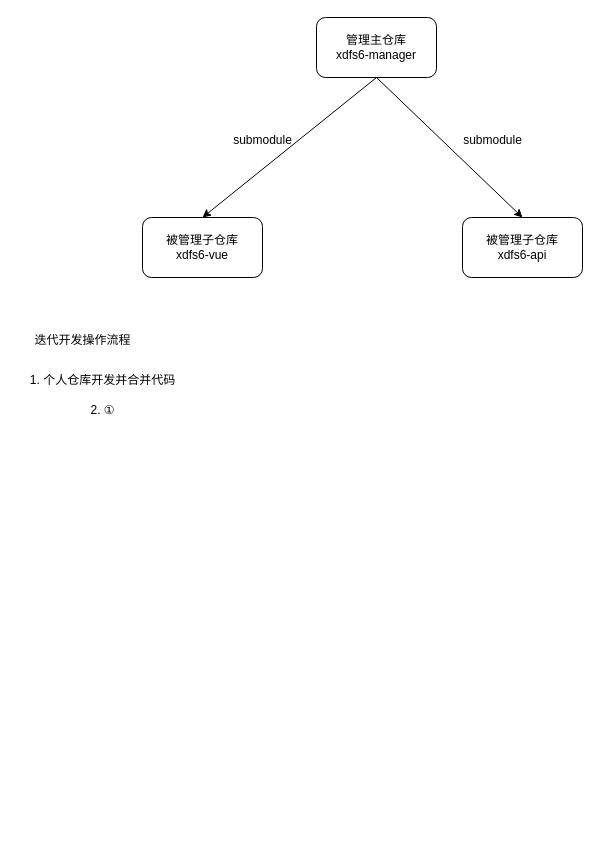
This is git-submodule管理模式.drawio from yihezhou/diagrams, a draw.io file, before an edit. Source tidied: cells renumbered, new cells numbered last; positions are measured from the earlier drawing's top-left corner, leaving out a move shared by most shapes. Both pictures are drawn from the tidied source at 100%, with x=0, y=0 at pixel (17, 17).
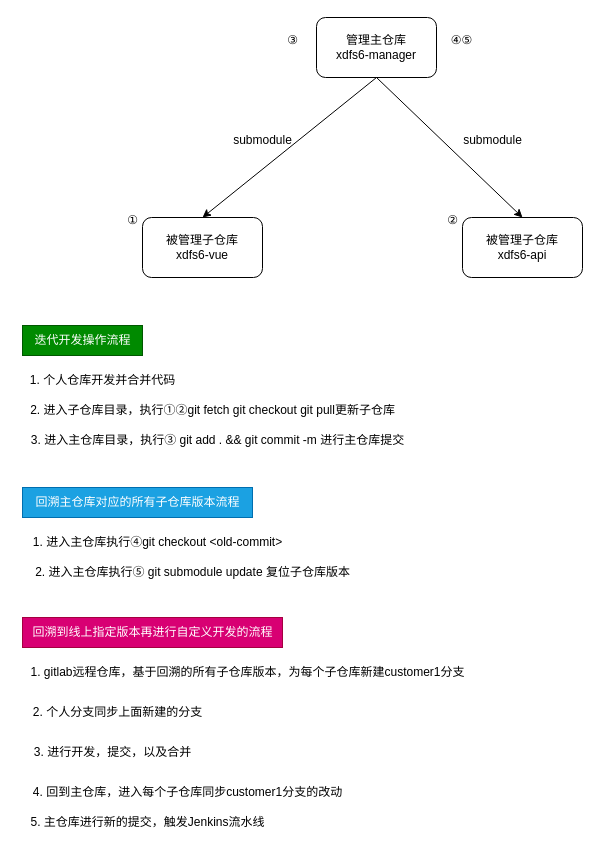
Above is the later version.

Commit message (it also covers changes not shown here):
更新git-submodule管理模式.drawio

Change to the diagram source:
```diff
@@
-    <mxCell id="9" value="迭代开发操作流程" style="text;html=1;align=center;verticalAlign=middle;strokeColor=none;fillColor=none;" parent="1" vertex="1">
+    <mxCell id="9" value="迭代开发操作流程" style="text;html=1;align=center;verticalAlign=middle;strokeColor=#005700;fillColor=#008a00;fontColor=#ffffff;" parent="1" vertex="1">
       <mxGeometry x="5" y="308" width="120" height="30" as="geometry" />
     </mxCell>
@@
-    <mxCell id="11" value="2. ①" style="text;html=1;align=center;verticalAlign=middle;strokeColor=none;fillColor=none;" parent="1" vertex="1">
-      <mxGeometry x="60" y="378" width="50" height="30" as="geometry" />
+    <mxCell id="11" value="2. 进入子仓库目录，执行①②git fetch git checkout git pull更新子仓库" style="text;html=1;align=center;verticalAlign=middle;strokeColor=none;fillColor=none;" parent="1" vertex="1">
+      <mxGeometry y="378" width="390" height="30" as="geometry" />
     </mxCell>
+    <mxCell id="12" value="①" style="text;html=1;align=center;verticalAlign=middle;strokeColor=none;fillColor=none;" parent="1" vertex="1">
+      <mxGeometry x="95" y="188" width="40" height="30" as="geometry" />
+    </mxCell>
+    <mxCell id="13" value="②" style="text;html=1;align=center;verticalAlign=middle;strokeColor=none;fillColor=none;" parent="1" vertex="1">
+      <mxGeometry x="415" y="188" width="40" height="30" as="geometry" />
+    </mxCell>
+    <mxCell id="14" value="3. 进入主仓库目录，执行③ git add . &amp;amp;&amp;amp; git commit -m 进行主仓库提交" style="text;html=1;align=center;verticalAlign=middle;strokeColor=none;fillColor=none;" parent="1" vertex="1">
+      <mxGeometry y="408" width="400" height="30" as="geometry" />
+    </mxCell>
+    <mxCell id="15" value="③" style="text;html=1;align=center;verticalAlign=middle;strokeColor=none;fillColor=none;" parent="1" vertex="1">
+      <mxGeometry x="255" y="8" width="40" height="30" as="geometry" />
+    </mxCell>
+    <mxCell id="16" value="回溯主仓库对应的所有子仓库版本流程" style="text;html=1;align=center;verticalAlign=middle;strokeColor=#006EAF;fillColor=#1ba1e2;fontColor=#ffffff;" parent="1" vertex="1">
+      <mxGeometry x="5" y="470" width="230" height="30" as="geometry" />
+    </mxCell>
+    <mxCell id="17" value="1. 进入主仓库执行④git checkout &amp;lt;old-commit&amp;gt;" style="text;html=1;align=center;verticalAlign=middle;strokeColor=none;fillColor=none;" parent="1" vertex="1">
+      <mxGeometry x="5" y="510" width="270" height="30" as="geometry" />
+    </mxCell>
+    <mxCell id="18" value="2. 进入主仓库执行⑤ git submodule update 复位子仓库版本" style="text;html=1;align=center;verticalAlign=middle;strokeColor=none;fillColor=none;" parent="1" vertex="1">
+      <mxGeometry x="5" y="540" width="340" height="30" as="geometry" />
+    </mxCell>
+    <mxCell id="19" value="④⑤" style="text;html=1;align=center;verticalAlign=middle;strokeColor=none;fillColor=none;" parent="1" vertex="1">
+      <mxGeometry x="419" y="8" width="50" height="30" as="geometry" />
+    </mxCell>
+    <mxCell id="20" value="回溯到线上指定版本再进行自定义开发的流程" style="text;html=1;align=center;verticalAlign=middle;strokeColor=#A50040;fillColor=#d80073;fontColor=#ffffff;" parent="1" vertex="1">
+      <mxGeometry x="5" y="600" width="260" height="30" as="geometry" />
+    </mxCell>
+    <mxCell id="21" value="1. gitlab远程仓库，基于回溯的所有子仓库版本，为每个子仓库新建customer1分支" style="text;html=1;align=center;verticalAlign=middle;strokeColor=none;fillColor=none;" parent="1" vertex="1">
+      <mxGeometry y="640" width="460" height="30" as="geometry" />
+    </mxCell>
+    <mxCell id="22" value="2. 个人分支同步上面新建的分支" style="text;html=1;align=center;verticalAlign=middle;strokeColor=none;fillColor=none;" parent="1" vertex="1">
+      <mxGeometry x="5" y="680" width="190" height="30" as="geometry" />
+    </mxCell>
+    <mxCell id="23" value="3. 进行开发，提交，以及合并" style="text;html=1;align=center;verticalAlign=middle;strokeColor=none;fillColor=none;" parent="1" vertex="1">
+      <mxGeometry x="5" y="720" width="180" height="30" as="geometry" />
+    </mxCell>
+    <mxCell id="24" value="4. 回到主仓库，进入每个子仓库同步customer1分支的改动" style="text;html=1;align=center;verticalAlign=middle;strokeColor=none;fillColor=none;" parent="1" vertex="1">
+      <mxGeometry x="5" y="760" width="330" height="30" as="geometry" />
+    </mxCell>
+    <mxCell id="25" value="5. 主仓库进行新的提交，触发Jenkins流水线" style="text;html=1;align=center;verticalAlign=middle;strokeColor=none;fillColor=none;" parent="1" vertex="1">
+      <mxGeometry y="790" width="260" height="30" as="geometry" />
+    </mxCell>
```
